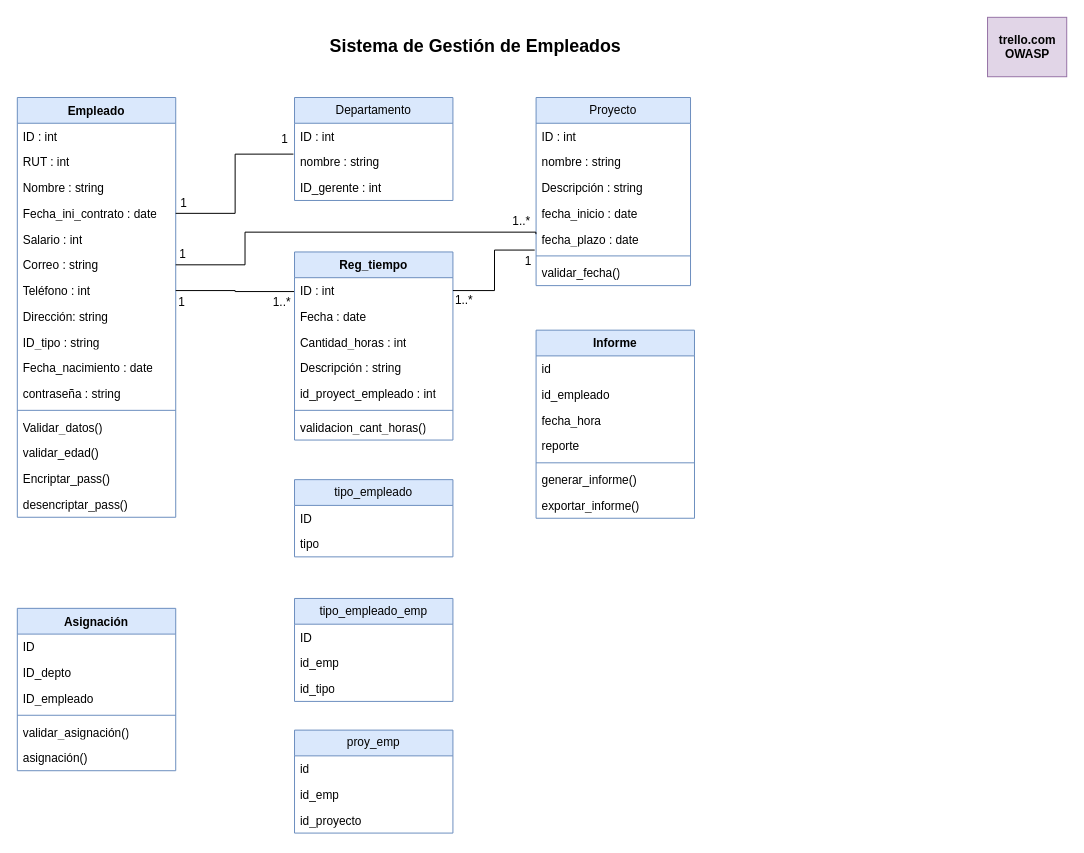
Before: Empresa/ev1adad.drawio in Wiccaos/Ev2, a draw.io diagram. Source tidied: cells renumbered, new cells numbered last; positions are measured from the earlier drawing's top-left corner, leaving out a move shared by most shapes. Both pictures are drawn from the tidied source at 99%, with x=0, y=0 at pixel (17, 17).
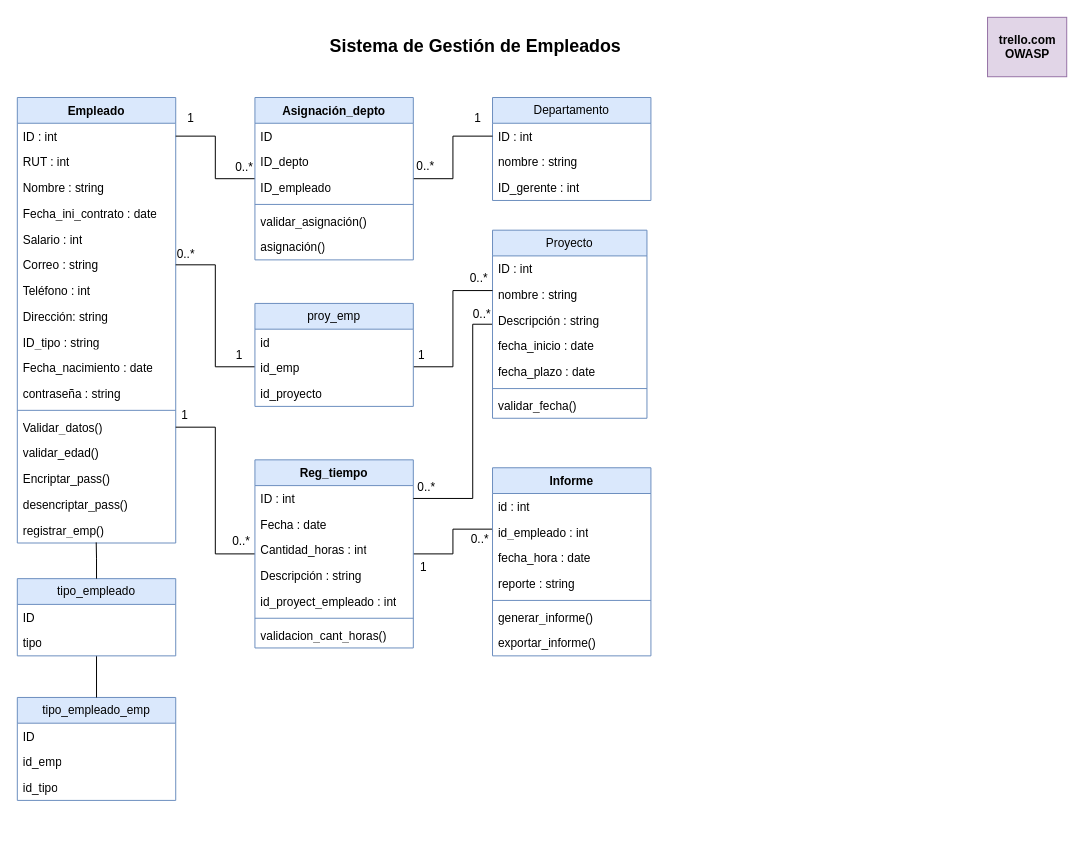
The same diagram, later.

Commit message:
Actualizo diagrama UML

The change refers to these unchanged cells:
```xml
<mxCell id="3" value="ID : int" style="text;strokeColor=none;fillColor=none;align=left;verticalAlign=top;spacingLeft=4;spacingRight=4;overflow=hidden;points=[[0,0.5],[1,0.5]];portConstraint=eastwest;whiteSpace=wrap;html=1;" parent="2" vertex="1">
  <mxGeometry y="26" width="160" height="26" as="geometry" />
</mxCell>
<mxCell id="4" value="nombre : string" style="text;strokeColor=none;fillColor=none;align=left;verticalAlign=top;spacingLeft=4;spacingRight=4;overflow=hidden;points=[[0,0.5],[1,0.5]];portConstraint=eastwest;whiteSpace=wrap;html=1;" parent="2" vertex="1">
  <mxGeometry y="52" width="160" height="26" as="geometry" />
</mxCell>
<mxCell id="7" value="ID : int" style="text;strokeColor=none;fillColor=none;align=left;verticalAlign=top;spacingLeft=4;spacingRight=4;overflow=hidden;points=[[0,0.5],[1,0.5]];portConstraint=eastwest;whiteSpace=wrap;html=1;" parent="6" vertex="1">
  <mxGeometry y="26" width="160" height="26" as="geometry" />
</mxCell>
<mxCell id="10" value="Fecha_ini_contrato : date" style="text;strokeColor=none;fillColor=none;align=left;verticalAlign=top;spacingLeft=4;spacingRight=4;overflow=hidden;points=[[0,0.5],[1,0.5]];portConstraint=eastwest;whiteSpace=wrap;html=1;" parent="6" vertex="1">
  <mxGeometry y="104" width="160" height="26" as="geometry" />
</mxCell>
<mxCell id="12" value="Correo : string" style="text;strokeColor=none;fillColor=none;align=left;verticalAlign=top;spacingLeft=4;spacingRight=4;overflow=hidden;points=[[0,0.5],[1,0.5]];portConstraint=eastwest;whiteSpace=wrap;html=1;" parent="6" vertex="1">
  <mxGeometry y="156" width="160" height="26" as="geometry" />
</mxCell>
<mxCell id="13" value="Teléfono : int" style="text;strokeColor=none;fillColor=none;align=left;verticalAlign=top;spacingLeft=4;spacingRight=4;overflow=hidden;points=[[0,0.5],[1,0.5]];portConstraint=eastwest;whiteSpace=wrap;html=1;" parent="6" vertex="1">
  <mxGeometry y="182" width="160" height="26" as="geometry" />
</mxCell>
<mxCell id="19" value="Validar_datos()" style="text;strokeColor=none;fillColor=none;align=left;verticalAlign=top;spacingLeft=4;spacingRight=4;overflow=hidden;points=[[0,0.5],[1,0.5]];portConstraint=eastwest;whiteSpace=wrap;html=1;" parent="6" vertex="1">
  <mxGeometry y="320" width="160" height="26" as="geometry" />
</mxCell>
<mxCell id="32" value="ID : int" style="text;strokeColor=none;fillColor=none;align=left;verticalAlign=top;spacingLeft=4;spacingRight=4;overflow=hidden;points=[[0,0.5],[1,0.5]];portConstraint=eastwest;whiteSpace=wrap;html=1;" parent="31" vertex="1">
  <mxGeometry y="26" width="160" height="26" as="geometry" />
</mxCell>
<mxCell id="44" value="fecha_plazo : date" style="text;strokeColor=none;fillColor=none;align=left;verticalAlign=top;spacingLeft=4;spacingRight=4;overflow=hidden;points=[[0,0.5],[1,0.5]];portConstraint=eastwest;whiteSpace=wrap;html=1;" parent="39" vertex="1">
  <mxGeometry y="130" width="156" height="26" as="geometry" />
</mxCell>
```

What changed in the source:
```diff
@@
     <mxCell id="2" value="Departamento" style="swimlane;fontStyle=0;horizontal=1;startSize=26;fillColor=#dae8fc;whiteSpace=wrap;html=1;strokeColor=#6c8ebf;" parent="1" vertex="1">
-      <mxGeometry x="280" y="81" width="160" height="104" as="geometry" />
+      <mxGeometry x="480" y="81" width="160" height="104" as="geometry" />
     </mxCell>
@@
     <mxCell id="6" value="Empleado" style="swimlane;fontStyle=1;align=center;verticalAlign=top;horizontal=1;startSize=26;whiteSpace=wrap;html=1;fillColor=#dae8fc;strokeColor=#6c8ebf;" parent="1" vertex="1">
-      <mxGeometry y="81" width="160" height="424" as="geometry" />
+      <mxGeometry y="81" width="160" height="450" as="geometry" />
     </mxCell>
@@
+    <mxCell id="79" value="registrar_emp()" style="text;strokeColor=none;fillColor=none;align=left;verticalAlign=top;spacingLeft=4;spacingRight=4;overflow=hidden;points=[[0,0.5],[1,0.5]];portConstraint=eastwest;whiteSpace=wrap;html=1;" parent="6" vertex="1">
+      <mxGeometry y="424" width="160" height="26" as="geometry" />
+    </mxCell>
+    <mxCell id="80" style="edgeStyle=orthogonalEdgeStyle;rounded=0;jettySize=auto;html=1;entryX=1;entryY=0.5;entryDx=0;entryDy=0;endArrow=none;endFill=0;" parent="1" edge="1" source="23" target="7">
+      <mxGeometry relative="1" as="geometry" />
+    </mxCell>
+    <mxCell id="81" style="edgeStyle=orthogonalEdgeStyle;rounded=0;jettySize=auto;html=1;entryX=0;entryY=0.5;entryDx=0;entryDy=0;endArrow=none;endFill=0;" parent="1" edge="1" source="23" target="3">
+      <mxGeometry relative="1" as="geometry" />
+    </mxCell>
-    <mxCell id="23" value="Asignación" style="swimlane;fontStyle=1;align=center;verticalAlign=top;horizontal=1;startSize=26;whiteSpace=wrap;html=1;fillColor=#dae8fc;strokeColor=#6c8ebf;" parent="1" vertex="1">
-      <mxGeometry y="597" width="160" height="164" as="geometry" />
+    <mxCell id="23" value="Asignación_depto" style="swimlane;fontStyle=1;align=center;verticalAlign=top;horizontal=1;startSize=26;whiteSpace=wrap;html=1;fillColor=#dae8fc;strokeColor=#6c8ebf;" parent="1" vertex="1">
+      <mxGeometry x="240" y="81" width="160" height="164" as="geometry" />
     </mxCell>
@@
-    <mxCell id="30" style="edgeStyle=orthogonalEdgeStyle;rounded=0;jettySize=auto;html=1;entryX=1;entryY=0.5;entryDx=0;entryDy=0;endArrow=none;endFill=0;" parent="1" edge="1" source="31" target="13">
-      <mxGeometry relative="1" as="geometry">
-        <Array as="points">
-          <mxPoint x="220" y="277" />
-        </Array>
-      </mxGeometry>
-    </mxCell>
+    <mxCell id="82" style="edgeStyle=orthogonalEdgeStyle;rounded=0;jettySize=auto;html=1;entryX=1;entryY=0.5;entryDx=0;entryDy=0;endArrow=none;endFill=0;" parent="1" edge="1" source="31" target="19">
+      <mxGeometry relative="1" as="geometry">
+        <Array as="points">
+          <mxPoint x="200" y="542" />
+          <mxPoint x="200" y="414" />
+        </Array>
+      </mxGeometry>
+    </mxCell>
+    <mxCell id="83" style="edgeStyle=orthogonalEdgeStyle;rounded=0;jettySize=auto;html=1;entryX=0;entryY=0.5;entryDx=0;entryDy=0;endArrow=none;endFill=0;" parent="1" edge="1" source="31" target="60">
+      <mxGeometry relative="1" as="geometry">
+        <Array as="points">
+          <mxPoint x="440" y="542" />
+          <mxPoint x="440" y="517" />
+          <mxPoint x="480" y="517" />
+        </Array>
+      </mxGeometry>
+    </mxCell>
     <mxCell id="31" value="Reg_tiempo" style="swimlane;fontStyle=1;align=center;verticalAlign=top;horizontal=1;startSize=26;whiteSpace=wrap;html=1;fillColor=#dae8fc;strokeColor=#6c8ebf;" parent="1" vertex="1">
-      <mxGeometry x="280" y="237" width="160" height="190" as="geometry" />
+      <mxGeometry x="240" y="447" width="160" height="190" as="geometry" />
     </mxCell>
@@
+    <mxCell id="84" style="edgeStyle=orthogonalEdgeStyle;rounded=0;jettySize=auto;html=1;entryX=1;entryY=0.5;entryDx=0;entryDy=0;endArrow=none;endFill=0;" parent="1" edge="1" source="39" target="32">
+      <mxGeometry relative="1" as="geometry">
+        <Array as="points">
+          <mxPoint x="460" y="310" />
+          <mxPoint x="460" y="486" />
+        </Array>
+      </mxGeometry>
+    </mxCell>
     <mxCell id="39" value="Proyecto" style="swimlane;fontStyle=0;horizontal=1;startSize=26;fillColor=#dae8fc;whiteSpace=wrap;html=1;strokeColor=#6c8ebf;" parent="1" vertex="1">
-      <mxGeometry x="524" y="81" width="156" height="190" as="geometry" />
+      <mxGeometry x="480" y="215" width="156" height="190" as="geometry" />
     </mxCell>
@@
     <mxCell id="47" value="tipo_empleado_emp" style="swimlane;fontStyle=0;horizontal=1;startSize=26;fillColor=#dae8fc;whiteSpace=wrap;html=1;strokeColor=#6c8ebf;" parent="1" vertex="1">
-      <mxGeometry x="280" y="587" width="160" height="104" as="geometry" />
+      <mxGeometry y="687" width="160" height="104" as="geometry" />
     </mxCell>
@@
+    <mxCell id="85" style="edgeStyle=orthogonalEdgeStyle;rounded=0;jettySize=auto;html=1;entryX=0.5;entryY=0;entryDx=0;entryDy=0;endArrow=none;endFill=0;" parent="1" edge="1" source="51" target="47">
+      <mxGeometry relative="1" as="geometry" />
+    </mxCell>
     <mxCell id="51" value="tipo_empleado" style="swimlane;fontStyle=0;horizontal=1;startSize=26;fillColor=#dae8fc;whiteSpace=wrap;html=1;strokeColor=#6c8ebf;" parent="1" vertex="1">
-      <mxGeometry x="280" y="467" width="160" height="78" as="geometry" />
+      <mxGeometry y="567" width="160" height="78" as="geometry" />
     </mxCell>
@@
+    <mxCell id="86" style="edgeStyle=orthogonalEdgeStyle;rounded=0;jettySize=auto;html=1;entryX=1;entryY=0.5;entryDx=0;entryDy=0;endArrow=none;endFill=0;" parent="1" edge="1" source="54" target="12">
+      <mxGeometry relative="1" as="geometry">
+        <Array as="points">
+          <mxPoint x="200" y="353" />
+          <mxPoint x="200" y="250" />
+        </Array>
+      </mxGeometry>
+    </mxCell>
+    <mxCell id="87" style="edgeStyle=orthogonalEdgeStyle;rounded=0;jettySize=auto;html=1;endArrow=none;endFill=0;" parent="1" edge="1" source="54">
+      <mxGeometry relative="1" as="geometry">
+        <mxPoint x="480" y="276" as="targetPoint" />
+        <Array as="points">
+          <mxPoint x="440" y="353" />
+          <mxPoint x="440" y="276" />
+        </Array>
+      </mxGeometry>
+    </mxCell>
     <mxCell id="54" value="proy_emp" style="swimlane;fontStyle=0;horizontal=1;startSize=26;fillColor=#dae8fc;whiteSpace=wrap;html=1;strokeColor=#6c8ebf;" parent="1" vertex="1">
-      <mxGeometry x="280" y="720" width="160" height="104" as="geometry" />
+      <mxGeometry x="240" y="289" width="160" height="104" as="geometry" />
     </mxCell>
@@
     <mxCell id="58" value="Informe" style="swimlane;fontStyle=1;align=center;verticalAlign=top;horizontal=1;startSize=26;whiteSpace=wrap;html=1;fillColor=#dae8fc;strokeColor=#6c8ebf;" parent="1" vertex="1">
-      <mxGeometry x="524" y="316" width="160" height="190" as="geometry" />
+      <mxGeometry x="480" y="455" width="160" height="190" as="geometry" />
     </mxCell>
-    <mxCell id="59" value="id" style="text;strokeColor=none;fillColor=none;align=left;verticalAlign=top;spacingLeft=4;spacingRight=4;overflow=hidden;whiteSpace=wrap;html=1;" parent="58" vertex="1">
+    <mxCell id="59" value="id : int" style="text;strokeColor=none;fillColor=none;align=left;verticalAlign=top;spacingLeft=4;spacingRight=4;overflow=hidden;whiteSpace=wrap;html=1;" parent="58" vertex="1">
       <mxGeometry y="26" width="160" height="26" as="geometry" />
     </mxCell>
-    <mxCell id="60" value="id_empleado" style="text;strokeColor=none;fillColor=none;align=left;verticalAlign=top;spacingLeft=4;spacingRight=4;overflow=hidden;points=[[0,0.5],[1,0.5]];portConstraint=eastwest;whiteSpace=wrap;html=1;" parent="58" vertex="1">
+    <mxCell id="60" value="id_empleado : int" style="text;strokeColor=none;fillColor=none;align=left;verticalAlign=top;spacingLeft=4;spacingRight=4;overflow=hidden;points=[[0,0.5],[1,0.5]];portConstraint=eastwest;whiteSpace=wrap;html=1;" parent="58" vertex="1">
       <mxGeometry y="52" width="160" height="26" as="geometry" />
     </mxCell>
-    <mxCell id="61" value="fecha_hora" style="text;strokeColor=none;fillColor=none;align=left;verticalAlign=top;spacingLeft=4;spacingRight=4;overflow=hidden;whiteSpace=wrap;html=1;" parent="58" vertex="1">
+    <mxCell id="61" value="fecha_hora : date" style="text;strokeColor=none;fillColor=none;align=left;verticalAlign=top;spacingLeft=4;spacingRight=4;overflow=hidden;whiteSpace=wrap;html=1;" parent="58" vertex="1">
       <mxGeometry y="78" width="160" height="26" as="geometry" />
     </mxCell>
-    <mxCell id="62" value="reporte" style="text;strokeColor=none;fillColor=none;align=left;verticalAlign=top;spacingLeft=4;spacingRight=4;overflow=hidden;whiteSpace=wrap;html=1;" parent="58" vertex="1">
+    <mxCell id="62" value="reporte : string" style="text;strokeColor=none;fillColor=none;align=left;verticalAlign=top;spacingLeft=4;spacingRight=4;overflow=hidden;whiteSpace=wrap;html=1;" parent="58" vertex="1">
       <mxGeometry y="104" width="160" height="26" as="geometry" />
     </mxCell>
@@
-    <mxCell id="68" style="edgeStyle=orthogonalEdgeStyle;rounded=0;jettySize=auto;html=1;entryX=-0.007;entryY=0.199;entryDx=0;entryDy=0;entryPerimeter=0;endArrow=none;endFill=0;" parent="1" edge="1" source="10" target="4">
-      <mxGeometry relative="1" as="geometry" />
-    </mxCell>
-    <mxCell id="69" value="1" style="text;html=1;align=center;verticalAlign=middle;strokeColor=none;fillColor=none;" parent="1" vertex="1">
-      <mxGeometry x="153" y="173" width="30" height="30" as="geometry" />
-    </mxCell>
-    <mxCell id="70" value="1" style="text;html=1;align=center;verticalAlign=middle;strokeColor=none;fillColor=none;" parent="1" vertex="1">
-      <mxGeometry x="255" y="108" width="30" height="30" as="geometry" />
-    </mxCell>
-    <mxCell id="71" style="edgeStyle=orthogonalEdgeStyle;rounded=0;jettySize=auto;html=1;entryX=-0.001;entryY=0.308;entryDx=0;entryDy=0;entryPerimeter=0;endArrow=none;endFill=0;" parent="1" edge="1" source="12" target="44">
-      <mxGeometry relative="1" as="geometry">
-        <Array as="points">
-          <mxPoint x="230" y="250" />
-          <mxPoint x="230" y="217" />
-          <mxPoint x="524" y="217" />
-        </Array>
-      </mxGeometry>
-    </mxCell>
-    <mxCell id="72" value="1" style="text;html=1;align=center;verticalAlign=middle;strokeColor=none;fillColor=none;" parent="1" vertex="1">
-      <mxGeometry x="152" y="225" width="30" height="30" as="geometry" />
-    </mxCell>
-    <mxCell id="73" value="1..*" style="text;html=1;align=center;verticalAlign=middle;strokeColor=none;fillColor=none;" parent="1" vertex="1">
-      <mxGeometry x="489" y="191" width="40" height="30" as="geometry" />
-    </mxCell>
-    <mxCell id="74" style="edgeStyle=orthogonalEdgeStyle;rounded=0;jettySize=auto;html=1;entryX=-0.009;entryY=0.927;entryDx=0;entryDy=0;entryPerimeter=0;endArrow=none;endFill=0;" parent="1" edge="1" source="32" target="44">
-      <mxGeometry relative="1" as="geometry" />
-    </mxCell>
-    <mxCell id="75" value="1" style="text;html=1;align=center;verticalAlign=middle;strokeColor=none;fillColor=none;" parent="1" vertex="1">
-      <mxGeometry x="151" y="273" width="30" height="30" as="geometry" />
-    </mxCell>
-    <mxCell id="76" value="1..*" style="text;html=1;align=center;verticalAlign=middle;strokeColor=none;fillColor=none;" parent="1" vertex="1">
-      <mxGeometry x="247" y="273" width="40" height="30" as="geometry" />
-    </mxCell>
-    <mxCell id="77" value="1..*" style="text;html=1;align=center;verticalAlign=middle;strokeColor=none;fillColor=none;" parent="1" vertex="1">
-      <mxGeometry x="431" y="271" width="40" height="30" as="geometry" />
-    </mxCell>
-    <mxCell id="78" value="1" style="text;html=1;align=center;verticalAlign=middle;strokeColor=none;fillColor=none;" parent="1" vertex="1">
-      <mxGeometry x="501" y="232" width="30" height="30" as="geometry" />
-    </mxCell>
+    <mxCell id="88" value="1" style="text;html=1;align=center;verticalAlign=middle;strokeColor=none;fillColor=none;" parent="1" vertex="1">
+      <mxGeometry x="450" y="87" width="30" height="30" as="geometry" />
+    </mxCell>
+    <mxCell id="89" value="0..*" style="text;html=1;align=center;verticalAlign=middle;strokeColor=none;fillColor=none;" parent="1" vertex="1">
+      <mxGeometry x="447" y="512" width="40" height="30" as="geometry" />
+    </mxCell>
+    <mxCell id="90" style="edgeStyle=orthogonalEdgeStyle;rounded=0;jettySize=auto;html=1;entryX=0.498;entryY=0.977;entryDx=0;entryDy=0;entryPerimeter=0;endArrow=none;endFill=0;" parent="1" edge="1" source="51" target="79">
+      <mxGeometry relative="1" as="geometry" />
+    </mxCell>
+    <mxCell id="91" value="1" style="text;html=1;align=center;verticalAlign=middle;strokeColor=none;fillColor=none;" parent="1" vertex="1">
+      <mxGeometry x="160" y="87" width="30" height="30" as="geometry" />
+    </mxCell>
+    <mxCell id="92" value="0..*" style="text;html=1;align=center;verticalAlign=middle;strokeColor=none;fillColor=none;" parent="1" vertex="1">
+      <mxGeometry x="209" y="137" width="40" height="30" as="geometry" />
+    </mxCell>
+    <mxCell id="93" value="0..*" style="text;html=1;align=center;verticalAlign=middle;strokeColor=none;fillColor=none;" parent="1" vertex="1">
+      <mxGeometry x="392" y="136" width="40" height="30" as="geometry" />
+    </mxCell>
+    <mxCell id="94" value="0..*" style="text;html=1;align=center;verticalAlign=middle;strokeColor=none;fillColor=none;" parent="1" vertex="1">
+      <mxGeometry x="150" y="225" width="40" height="30" as="geometry" />
+    </mxCell>
+    <mxCell id="95" value="0..*" style="text;html=1;align=center;verticalAlign=middle;strokeColor=none;fillColor=none;" parent="1" vertex="1">
+      <mxGeometry x="446" y="249" width="40" height="30" as="geometry" />
+    </mxCell>
+    <mxCell id="96" value="1" style="text;html=1;align=center;verticalAlign=middle;strokeColor=none;fillColor=none;" parent="1" vertex="1">
+      <mxGeometry x="209" y="327" width="30" height="30" as="geometry" />
+    </mxCell>
+    <mxCell id="97" value="1" style="text;html=1;align=center;verticalAlign=middle;strokeColor=none;fillColor=none;" parent="1" vertex="1">
+      <mxGeometry x="393" y="327" width="30" height="30" as="geometry" />
+    </mxCell>
+    <mxCell id="98" value="0..*" style="text;html=1;align=center;verticalAlign=middle;strokeColor=none;fillColor=none;" parent="1" vertex="1">
+      <mxGeometry x="393" y="460" width="40" height="30" as="geometry" />
+    </mxCell>
+    <mxCell id="99" value="0..*" style="text;html=1;align=center;verticalAlign=middle;strokeColor=none;fillColor=none;" parent="1" vertex="1">
+      <mxGeometry x="449" y="285" width="40" height="30" as="geometry" />
+    </mxCell>
+    <mxCell id="100" value="1" style="text;html=1;align=center;verticalAlign=middle;strokeColor=none;fillColor=none;" parent="1" vertex="1">
+      <mxGeometry x="395" y="541" width="30" height="30" as="geometry" />
+    </mxCell>
+    <mxCell id="101" value="1" style="text;html=1;align=center;verticalAlign=middle;strokeColor=none;fillColor=none;" parent="1" vertex="1">
+      <mxGeometry x="154" y="387" width="30" height="30" as="geometry" />
+    </mxCell>
+    <mxCell id="102" value="0..*" style="text;html=1;align=center;verticalAlign=middle;strokeColor=none;fillColor=none;" parent="1" vertex="1">
+      <mxGeometry x="206" y="515" width="40" height="30" as="geometry" />
+    </mxCell>
```
